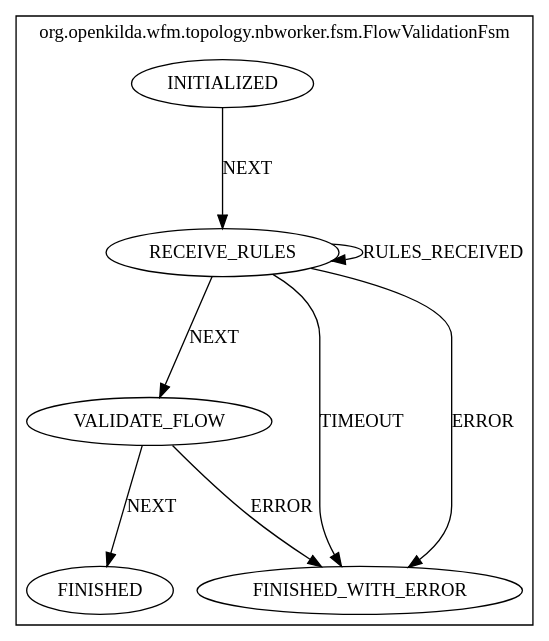
Earlier version of the Graphviz export docs/design/hub-and-spoke/flow-validate/flow-validate-fsm.png (telstra/open-kilda). Its source is kept beside it as docs/design/hub-and-spoke/flow-validate/flow-validate-fsm.dot. Source of this version:
```dot
digraph {
    compound=true;
    subgraph cluster_StateMachine {
    label="org.openkilda.wfm.topology.nbworker.fsm.FlowValidationFsm";
    RECEIVE_RULES [label="RECEIVE_RULES"];
    INITIALIZED [label="INITIALIZED"];
    VALIDATE_FLOW [label="VALIDATE_FLOW"];
    FINISHED_WITH_ERROR [label="FINISHED_WITH_ERROR"];
    FINISHED [label="FINISHED"];

    RECEIVE_RULES -> RECEIVE_RULES [ label="RULES_RECEIVED"];
    RECEIVE_RULES -> FINISHED_WITH_ERROR [ label="ERROR"];
    RECEIVE_RULES -> FINISHED_WITH_ERROR [ label="TIMEOUT"];
    RECEIVE_RULES -> VALIDATE_FLOW [ label="NEXT"];
    INITIALIZED -> RECEIVE_RULES [ label="NEXT"];
    VALIDATE_FLOW -> FINISHED_WITH_ERROR [ label="ERROR"];
    VALIDATE_FLOW -> FINISHED [ label="NEXT"];}}
```
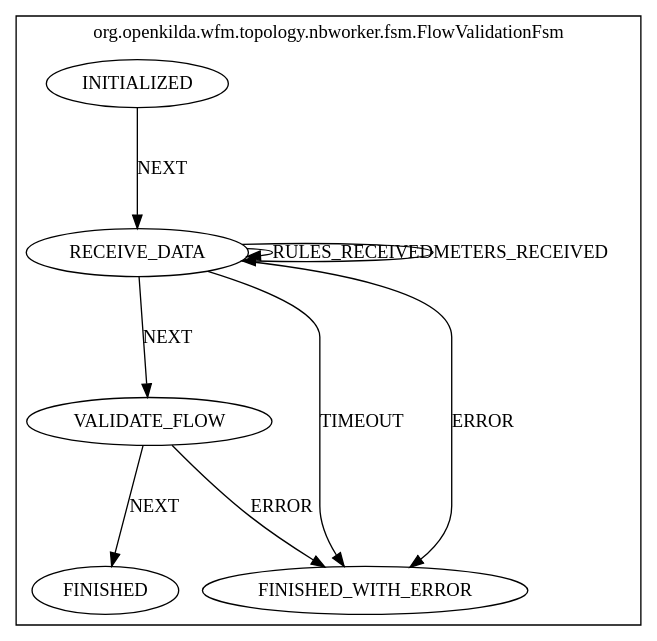
After the change.

Diff of the diagram source:
```diff
@@ -2,16 +2,17 @@
     compound=true;
     subgraph cluster_StateMachine {
     label="org.openkilda.wfm.topology.nbworker.fsm.FlowValidationFsm";
-    RECEIVE_RULES [label="RECEIVE_RULES"];
+    RECEIVE_DATA [label="RECEIVE_DATA"];
     INITIALIZED [label="INITIALIZED"];
     VALIDATE_FLOW [label="VALIDATE_FLOW"];
     FINISHED_WITH_ERROR [label="FINISHED_WITH_ERROR"];
     FINISHED [label="FINISHED"];
 
-    RECEIVE_RULES -> RECEIVE_RULES [ label="RULES_RECEIVED"];
-    RECEIVE_RULES -> FINISHED_WITH_ERROR [ label="ERROR"];
-    RECEIVE_RULES -> FINISHED_WITH_ERROR [ label="TIMEOUT"];
-    RECEIVE_RULES -> VALIDATE_FLOW [ label="NEXT"];
-    INITIALIZED -> RECEIVE_RULES [ label="NEXT"];
+    RECEIVE_DATA -> RECEIVE_DATA [ label="RULES_RECEIVED"];
+    RECEIVE_DATA -> RECEIVE_DATA [ label="METERS_RECEIVED"];
+    RECEIVE_DATA -> FINISHED_WITH_ERROR [ label="ERROR"];
+    RECEIVE_DATA -> FINISHED_WITH_ERROR [ label="TIMEOUT"];
+    RECEIVE_DATA -> VALIDATE_FLOW [ label="NEXT"];
+    INITIALIZED -> RECEIVE_DATA [ label="NEXT"];
     VALIDATE_FLOW -> FINISHED_WITH_ERROR [ label="ERROR"];
     VALIDATE_FLOW -> FINISHED [ label="NEXT"];}}
```
